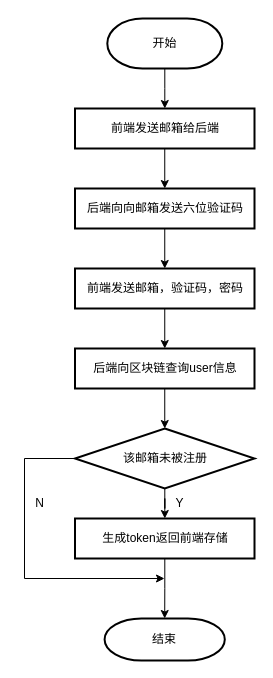
YanQiaoQi/graduation-project keeps this draw.io diagram as 毕业论文/图片/登录模块-注册流程图.drawio. Above is the earlier version. Source tidied: cells renumbered, new cells numbered last; positions are measured from the earlier drawing's top-left corner, leaving out a move shared by most shapes. Both pictures are drawn from the tidied source at 100%, with x=0, y=0 at pixel (24, 18).
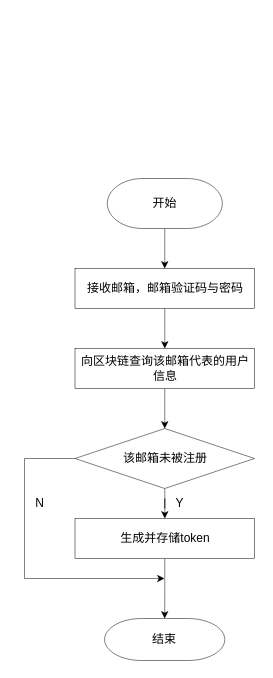
Above is the later version.

Diff of the diagram source:
```diff
@@
-    <mxCell id="2" style="edgeStyle=orthogonalEdgeStyle;rounded=0;jettySize=auto;html=1;" parent="1" edge="1" source="3" target="5">
+    <mxCell id="2" style="edgeStyle=orthogonalEdgeStyle;rounded=0;jettySize=auto;html=1;entryX=0.5;entryY=0;entryDx=0;entryDy=0;strokeWidth=0.5;fontFamily=宋体;" parent="1" edge="1" source="3" target="5">
       <mxGeometry relative="1" as="geometry" />
     </mxCell>
-    <mxCell id="3" value="开始" style="strokeWidth=2;html=1;shape=mxgraph.flowchart.terminator;whiteSpace=wrap;" parent="1" vertex="1">
-      <mxGeometry x="82.8" width="115" height="50" as="geometry" />
+    <mxCell id="3" value="开始" style="strokeWidth=0.5;html=1;shape=mxgraph.flowchart.terminator;whiteSpace=wrap;fontFamily=宋体;" parent="1" vertex="1">
+      <mxGeometry x="82.8" y="160" width="115" height="50" as="geometry" />
     </mxCell>
-    <mxCell id="4" style="edgeStyle=orthogonalEdgeStyle;rounded=0;jettySize=auto;html=1;" parent="1" edge="1" source="5" target="7">
-      <mxGeometry relative="1" as="geometry" />
-    </mxCell>
-    <mxCell id="5" value="前端发送邮箱给后端" style="whiteSpace=wrap;html=1;strokeWidth=2;" parent="1" vertex="1">
-      <mxGeometry x="50.5" y="90" width="179.5" height="40" as="geometry" />
+    <mxCell id="5" value="接收邮箱，邮箱验证码与密码" style="whiteSpace=wrap;html=1;strokeWidth=0.5;fontFamily=宋体;" parent="1" vertex="1">
+      <mxGeometry x="50.5" y="250" width="179.5" height="40" as="geometry" />
     </mxCell>
-    <mxCell id="6" style="edgeStyle=orthogonalEdgeStyle;rounded=0;jettySize=auto;html=1;" parent="1" edge="1" source="7" target="9">
-      <mxGeometry relative="1" as="geometry" />
-    </mxCell>
-    <mxCell id="7" value="后端向向邮箱发送六位验证码" style="whiteSpace=wrap;html=1;strokeWidth=2;" parent="1" vertex="1">
-      <mxGeometry x="50.5" y="170" width="179.5" height="40" as="geometry" />
-    </mxCell>
-    <mxCell id="8" style="edgeStyle=orthogonalEdgeStyle;rounded=0;jettySize=auto;html=1;" parent="1" edge="1" source="9" target="11">
+    <mxCell id="8" style="edgeStyle=orthogonalEdgeStyle;rounded=0;jettySize=auto;html=1;exitX=0.5;exitY=1;exitDx=0;exitDy=0;strokeWidth=0.5;fontFamily=宋体;" parent="1" edge="1" source="5" target="11">
       <mxGeometry relative="1" as="geometry" />
     </mxCell>
-    <mxCell id="9" value="前端发送邮箱，验证码，密码" style="whiteSpace=wrap;html=1;strokeWidth=2;" parent="1" vertex="1">
-      <mxGeometry x="50.5" y="250" width="179.5" height="40" as="geometry" />
-    </mxCell>
-    <mxCell id="10" style="edgeStyle=orthogonalEdgeStyle;rounded=0;jettySize=auto;html=1;" parent="1" edge="1" source="11" target="14">
+    <mxCell id="10" style="edgeStyle=orthogonalEdgeStyle;rounded=0;jettySize=auto;html=1;strokeWidth=0.5;fontFamily=宋体;" parent="1" edge="1" source="11" target="14">
       <mxGeometry relative="1" as="geometry" />
     </mxCell>
-    <mxCell id="11" value="后端向区块链查询user信息" style="whiteSpace=wrap;html=1;strokeWidth=2;" parent="1" vertex="1">
+    <mxCell id="11" value="向区块链查询该邮箱代表的用户信息" style="whiteSpace=wrap;html=1;strokeWidth=0.5;fontFamily=宋体;" parent="1" vertex="1">
       <mxGeometry x="50.5" y="330" width="179.5" height="40" as="geometry" />
     </mxCell>
-    <mxCell id="12" style="edgeStyle=orthogonalEdgeStyle;rounded=0;jettySize=auto;html=1;" parent="1" edge="1" source="14" target="16">
+    <mxCell id="12" style="edgeStyle=orthogonalEdgeStyle;rounded=0;jettySize=auto;html=1;strokeWidth=0.5;fontFamily=宋体;" parent="1" edge="1" source="14" target="16">
       <mxGeometry relative="1" as="geometry" />
     </mxCell>
-    <mxCell id="13" style="edgeStyle=orthogonalEdgeStyle;rounded=0;jettySize=auto;html=1;" parent="1" edge="1" source="14">
+    <mxCell id="13" style="edgeStyle=orthogonalEdgeStyle;rounded=0;jettySize=auto;html=1;strokeWidth=0.5;fontFamily=宋体;" parent="1" edge="1" source="14">
       <mxGeometry relative="1" as="geometry">
         <mxPoint x="140" y="560" as="targetPoint" />
         <Array as="points">
           <mxPoint y="440" />
           <mxPoint y="560" />
         </Array>
       </mxGeometry>
     </mxCell>
-    <mxCell id="14" value="该邮箱未被注册" style="rhombus;whiteSpace=wrap;html=1;strokeWidth=2;" parent="1" vertex="1">
+    <mxCell id="14" value="该邮箱未被注册" style="rhombus;whiteSpace=wrap;html=1;strokeWidth=0.5;fontFamily=宋体;" parent="1" vertex="1">
       <mxGeometry x="50.5" y="410" width="179.5" height="60" as="geometry" />
     </mxCell>
-    <mxCell id="15" style="edgeStyle=orthogonalEdgeStyle;rounded=0;jettySize=auto;html=1;entryX=0.5;entryY=0;entryDx=0;entryDy=0;entryPerimeter=0;" parent="1" edge="1" source="16" target="17">
+    <mxCell id="15" style="edgeStyle=orthogonalEdgeStyle;rounded=0;jettySize=auto;html=1;entryX=0.5;entryY=0;entryDx=0;entryDy=0;entryPerimeter=0;strokeWidth=0.5;fontFamily=宋体;" parent="1" edge="1" source="16" target="17">
       <mxGeometry relative="1" as="geometry" />
     </mxCell>
-    <mxCell id="16" value="生成token返回前端存储" style="whiteSpace=wrap;html=1;strokeWidth=2;" parent="1" vertex="1">
+    <mxCell id="16" value="生成并存储token" style="whiteSpace=wrap;html=1;strokeWidth=0.5;fontFamily=宋体;" parent="1" vertex="1">
       <mxGeometry x="50.5" y="500" width="179.5" height="40" as="geometry" />
     </mxCell>
-    <mxCell id="17" value="结束" style="strokeWidth=2;html=1;shape=mxgraph.flowchart.terminator;whiteSpace=wrap;" parent="1" vertex="1">
+    <mxCell id="17" value="结束" style="strokeWidth=0.5;html=1;shape=mxgraph.flowchart.terminator;whiteSpace=wrap;fontFamily=宋体;" parent="1" vertex="1">
       <mxGeometry x="80.1" y="600" width="120.2" height="42" as="geometry" />
     </mxCell>
-    <mxCell id="18" value="Y" style="text;html=1;align=center;verticalAlign=middle;strokeColor=none;fillColor=none;" parent="1" vertex="1">
+    <mxCell id="18" value="Y" style="text;html=1;align=center;verticalAlign=middle;strokeColor=none;fillColor=none;strokeWidth=0.5;fontFamily=宋体;" parent="1" vertex="1">
       <mxGeometry x="140" y="470" width="30" height="30" as="geometry" />
     </mxCell>
-    <mxCell id="19" value="N" style="text;html=1;align=center;verticalAlign=middle;strokeColor=none;fillColor=none;" parent="1" vertex="1">
+    <mxCell id="19" value="N" style="text;html=1;align=center;verticalAlign=middle;strokeColor=none;fillColor=none;strokeWidth=0.5;fontFamily=宋体;" parent="1" vertex="1">
       <mxGeometry y="470" width="30" height="30" as="geometry" />
     </mxCell>
```
